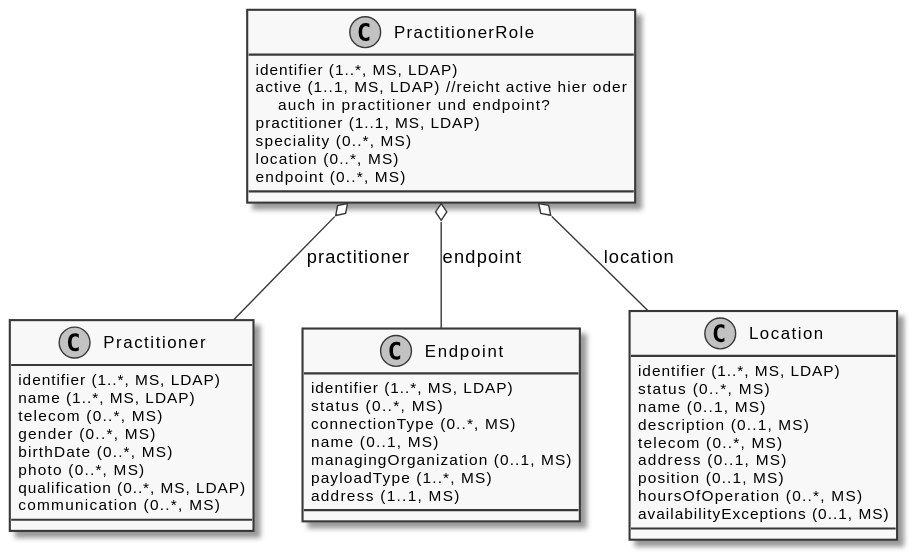
The PlantUML diagram diagrams/ClassDiagram.PractitionerRole.svg in gematik/api-vzd, before a commit.
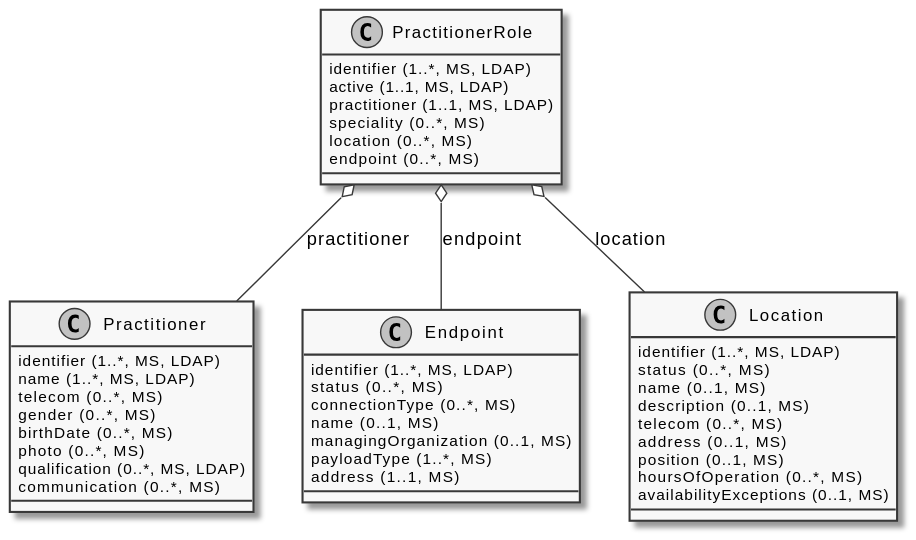
Later version of the same file.

Change to the diagram source:
```diff
@@ -2,7 +2,7 @@
 skinparam monochrome true
 class PractitionerRole {
   {field} identifier (1..*, MS, LDAP)
-  {field} active (1..1, MS, LDAP) //reicht active hier oder\n    auch in practitioner und endpoint?
+  {field} active (1..1, MS, LDAP)
   {field} practitioner (1..1, MS, LDAP)
   {field} speciality (0..*, MS)
   {field} location (0..*, MS)
```
